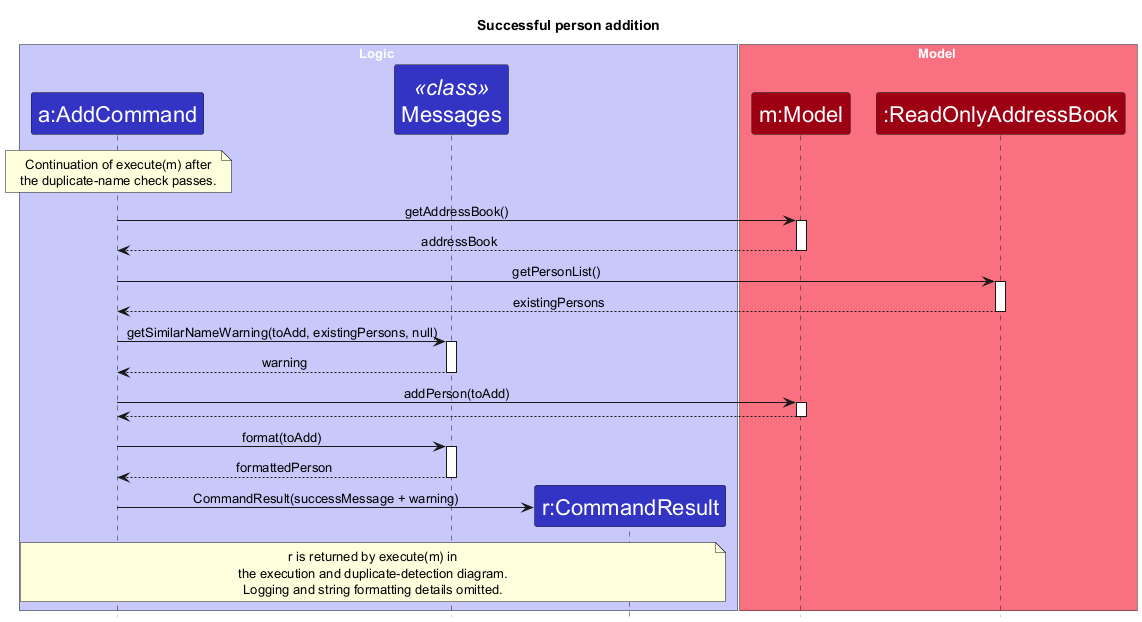
Above: docs/images/AddCommandSuccessSequenceDiagram.png in AY2627S1-CS2103T-W08-3/tp (PlantUML), before the change.
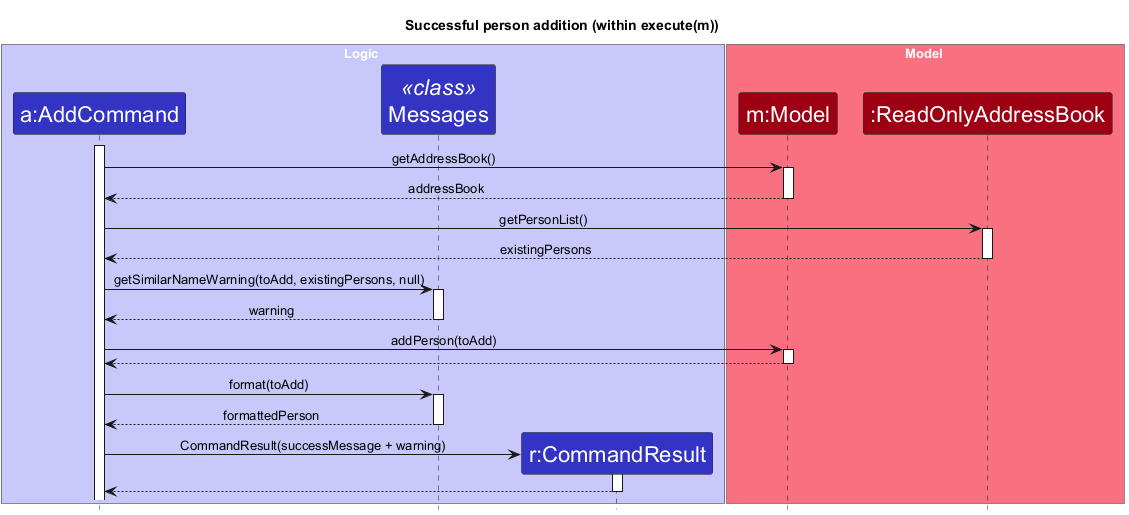
The same diagram one commit later.

Commit message:
Restore activation bars in Add sequence diagrams

What changed in the source:
```diff
@@ -10,7 +10,7 @@
     Padding 8
 }
 
-title Successful person addition
+title Successful person addition (within execute(m))
 
 box Logic LOGIC_COLOR_T1
 participant "a:AddCommand" as AddCommand LOGIC_COLOR
@@ -23,11 +23,7 @@
 participant ":ReadOnlyAddressBook" as AddressBook MODEL_COLOR
 end box
 
-note over AddCommand
-    Continuation of execute(m) after
-    the duplicate-name check passes.
-end note
-
+activate AddCommand
 AddCommand -> Model : getAddressBook()
 activate Model
 Model --> AddCommand : addressBook
@@ -50,9 +46,7 @@
 deactivate Messages
 create CommandResult
 AddCommand -> CommandResult : CommandResult(successMessage + warning)
-note over AddCommand, CommandResult
-    r is returned by execute(m) in
-    the execution and duplicate-detection diagram.
-    Logging and string formatting details omitted.
-end note
+activate CommandResult
+CommandResult --> AddCommand
+deactivate CommandResult
 @enduml
```
